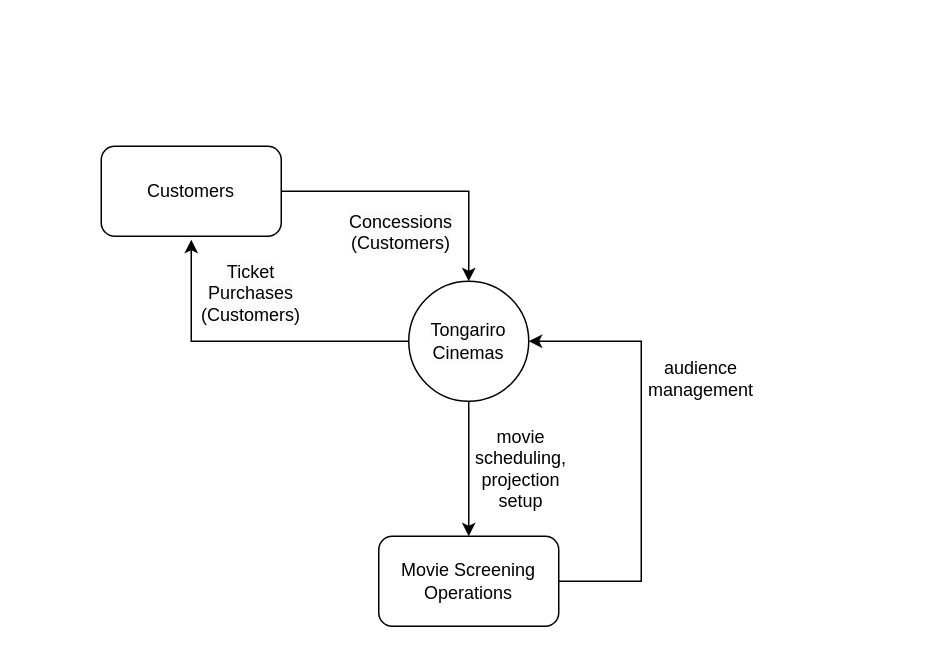
The draw.io diagram Untitled Diagram.drawio in julieeesy/Requirement-Analysis-and-Solution-Design, before the edit. Source tidied: cells renumbered, new cells numbered last; positions are measured from the earlier drawing's top-left corner, leaving out a move shared by most shapes. Both pictures are drawn from the tidied source at 150%, with x=0, y=0 at pixel (100, 146).
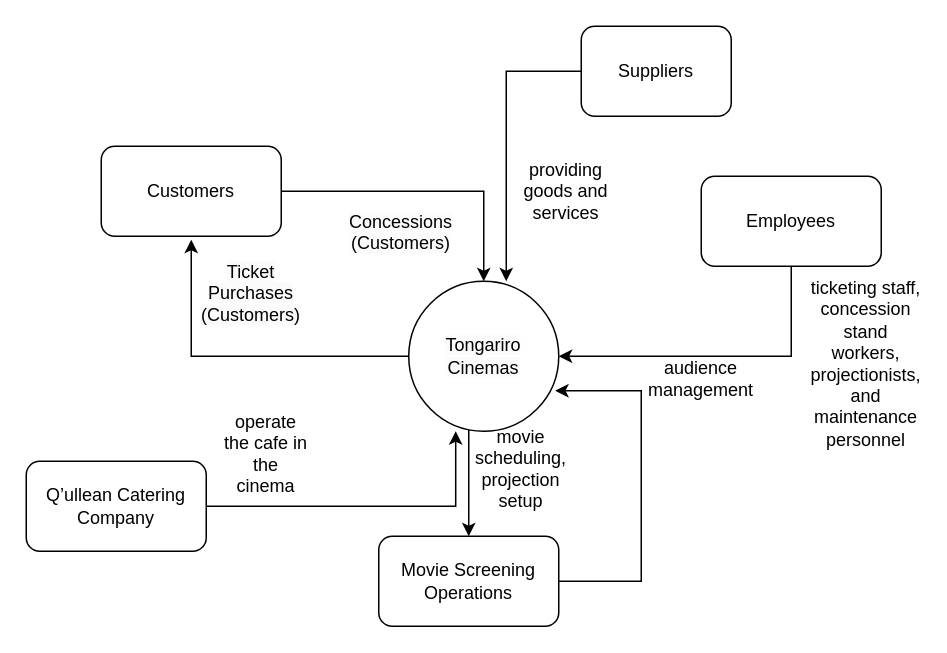
The same page after the edit.

Unchanged cells that the change refers to:
```xml
<mxCell id="3" value="Movie Screening Operations" style="rounded=1;whiteSpace=wrap;html=1;" parent="1" vertex="1">
  <mxGeometry x="185" y="260" width="120" height="60" as="geometry" />
</mxCell>
```

The edit, as a diff of the source:
```diff
@@
-    <mxCell id="2" style="edgeStyle=orthogonalEdgeStyle;rounded=0;jettySize=auto;html=1;entryX=1;entryY=0.5;entryDx=0;entryDy=0;" parent="1" edge="1" source="3" target="8">
+    <mxCell id="2" style="edgeStyle=orthogonalEdgeStyle;rounded=0;jettySize=auto;html=1;entryX=0.976;entryY=0.73;entryDx=0;entryDy=0;entryPerimeter=0;" parent="1" edge="1" source="3" target="8">
       <mxGeometry relative="1" as="geometry">
         <Array as="points">
           <mxPoint x="360" y="290" />
-          <mxPoint x="360" y="130" />
+          <mxPoint x="360" y="163" />
         </Array>
       </mxGeometry>
     </mxCell>
@@
     <mxCell id="8" value="&lt;span style=&quot;color: rgb(0, 0, 0); font-family: Helvetica; font-size: 12px; font-style: normal; font-variant-ligatures: normal; font-variant-caps: normal; font-weight: 400; letter-spacing: normal; orphans: 2; text-align: center; text-indent: 0px; text-transform: none; widows: 2; word-spacing: 0px; -webkit-text-stroke-width: 0px; white-space: normal; background-color: rgb(251, 251, 251); text-decoration-thickness: initial; text-decoration-style: initial; text-decoration-color: initial; display: inline !important; float: none;&quot;&gt;Tongariro Cinemas&lt;/span&gt;" style="ellipse;whiteSpace=wrap;html=1;" parent="1" vertex="1">
-      <mxGeometry x="205" y="90" width="80" height="80" as="geometry" />
+      <mxGeometry x="205" y="90" width="100" height="100" as="geometry" />
     </mxCell>
@@
+    <mxCell id="13" value="Q’ullean Catering Company" style="rounded=1;whiteSpace=wrap;html=1;" parent="1" vertex="1">
+      <mxGeometry x="-50" y="210" width="120" height="60" as="geometry" />
+    </mxCell>
+    <mxCell id="14" style="edgeStyle=orthogonalEdgeStyle;rounded=0;jettySize=auto;html=1;entryX=0.313;entryY=1;entryDx=0;entryDy=0;entryPerimeter=0;" parent="1" edge="1" source="13" target="8">
+      <mxGeometry relative="1" as="geometry" />
+    </mxCell>
+    <mxCell id="15" value="operate the cafe in the cinema" style="text;html=1;align=center;verticalAlign=middle;whiteSpace=wrap;rounded=0;" parent="1" vertex="1">
+      <mxGeometry x="80" y="190" width="60" height="30" as="geometry" />
+    </mxCell>
+    <mxCell id="16" value="Suppliers" style="rounded=1;whiteSpace=wrap;html=1;" parent="1" vertex="1">
+      <mxGeometry x="320" y="-80" width="100" height="60" as="geometry" />
+    </mxCell>
+    <mxCell id="17" style="edgeStyle=orthogonalEdgeStyle;rounded=0;jettySize=auto;html=1;entryX=0.65;entryY=0;entryDx=0;entryDy=0;entryPerimeter=0;" parent="1" edge="1" source="16" target="8">
+      <mxGeometry relative="1" as="geometry" />
+    </mxCell>
+    <mxCell id="18" value="providing goods and services" style="text;html=1;align=center;verticalAlign=middle;whiteSpace=wrap;rounded=0;" parent="1" vertex="1">
+      <mxGeometry x="280" y="15" width="60" height="30" as="geometry" />
+    </mxCell>
+    <mxCell id="19" value="Employees" style="rounded=1;whiteSpace=wrap;html=1;" parent="1" vertex="1">
+      <mxGeometry x="400" y="20" width="120" height="60" as="geometry" />
+    </mxCell>
+    <mxCell id="20" style="edgeStyle=orthogonalEdgeStyle;rounded=0;jettySize=auto;html=1;exitX=0.5;exitY=1;exitDx=0;exitDy=0;entryX=1;entryY=0.5;entryDx=0;entryDy=0;" parent="1" edge="1" source="19" target="8">
+      <mxGeometry relative="1" as="geometry" />
+    </mxCell>
+    <mxCell id="21" value="ticketing staff, concession stand workers, projectionists, and maintenance personnel" style="text;html=1;align=center;verticalAlign=middle;whiteSpace=wrap;rounded=0;" parent="1" vertex="1">
+      <mxGeometry x="480" y="130" width="60" height="30" as="geometry" />
+    </mxCell>
```
